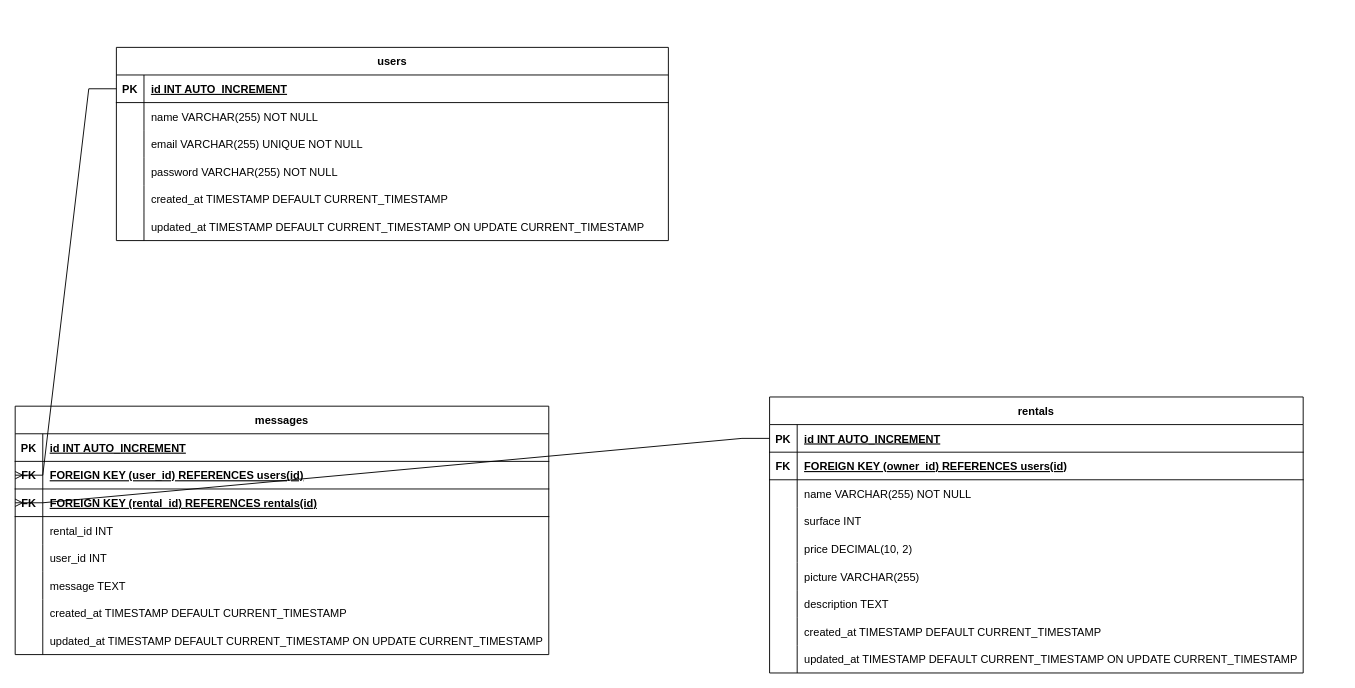
The draw.io diagram P3 table relationships.drawio in LePhenix47/Lahouiti_Younes_P3_05112023, before the edit. Source tidied: cells renumbered, new cells numbered last; positions are measured from the earlier drawing's top-left corner, leaving out a move shared by most shapes. Both pictures are drawn from the tidied source at 92%, with x=0, y=0 at pixel (-362, 47).
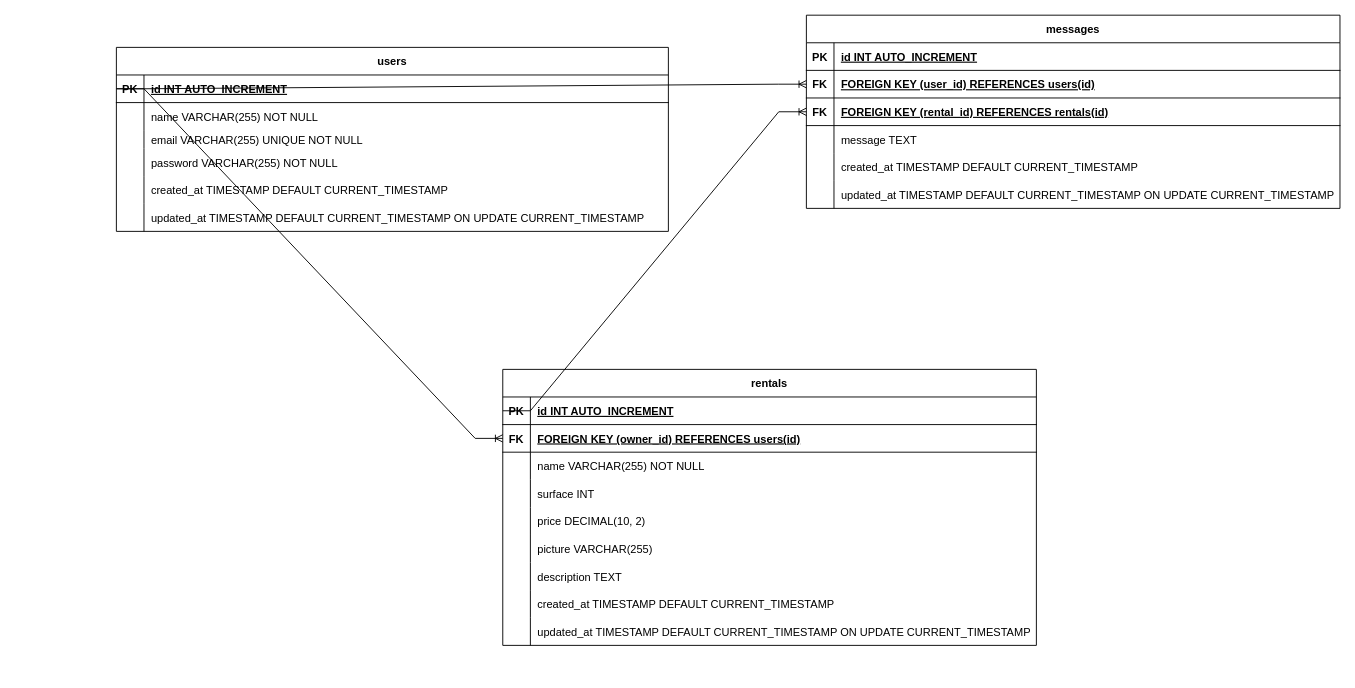
The same diagram, later.

The change refers to these unchanged cells:
```xml
<mxCell id="3" style="shape=tableRow;horizontal=0;startSize=0;swimlaneHead=0;swimlaneBody=0;fillColor=none;points=[[0,0.5],[1,0.5]];portConstraint=eastwest;strokeColor=inherit;top=0;left=0;right=0;bottom=1;" parent="2" vertex="1">
  <mxGeometry y="30" width="600" height="30" as="geometry" />
</mxCell>
<mxCell id="25" style="shape=tableRow;horizontal=0;startSize=0;swimlaneHead=0;swimlaneBody=0;fillColor=none;points=[[0,0.5],[1,0.5]];portConstraint=eastwest;strokeColor=inherit;top=0;left=0;right=0;bottom=1;" parent="21" vertex="1">
  <mxGeometry y="60" width="580" height="30" as="geometry" />
</mxCell>
```

The edit, as a diff of the source:
```diff
@@
     <mxCell id="2" value="users" style="shape=table;startSize=30;childLayout=tableLayout;rowLines=0;fontStyle=1;align=center;" parent="1" vertex="1">
-      <mxGeometry x="520" width="600" height="210" as="geometry" />
+      <mxGeometry x="520" width="600" height="200" as="geometry" />
     </mxCell>
@@
     <mxCell id="9" style="shape=tableRow;horizontal=0;startSize=0;swimlaneHead=0;swimlaneBody=0;fillColor=none;strokeColor=inherit;top=0;left=0;right=0;bottom=0;" parent="2" vertex="1">
-      <mxGeometry y="90" width="600" height="30" as="geometry" />
+      <mxGeometry y="90" width="600" height="20" as="geometry" />
     </mxCell>
     <mxCell id="10" style="shape=partialRectangle;overflow=hidden;fillColor=none;strokeColor=inherit;top=0;left=0;bottom=0;right=0;" parent="9" vertex="1">
-      <mxGeometry width="30" height="30" as="geometry" />
+      <mxGeometry width="30" height="20" as="geometry" />
     </mxCell>
     <mxCell id="11" value="email VARCHAR(255) UNIQUE NOT NULL" style="shape=partialRectangle;overflow=hidden;fillColor=none;align=left;strokeColor=inherit;top=0;left=0;bottom=0;right=0;spacingLeft=6;" parent="9" vertex="1">
-      <mxGeometry x="30" width="570" height="30" as="geometry" />
+      <mxGeometry x="30" width="570" height="20" as="geometry" />
     </mxCell>
     <mxCell id="12" style="shape=tableRow;horizontal=0;startSize=0;swimlaneHead=0;swimlaneBody=0;fillColor=none;strokeColor=inherit;top=0;left=0;right=0;bottom=0;" parent="2" vertex="1">
-      <mxGeometry y="120" width="600" height="30" as="geometry" />
+      <mxGeometry y="110" width="600" height="30" as="geometry" />
     </mxCell>
@@
     <mxCell id="15" style="shape=tableRow;horizontal=0;startSize=0;swimlaneHead=0;swimlaneBody=0;fillColor=none;strokeColor=inherit;top=0;left=0;right=0;bottom=0;" parent="2" vertex="1">
-      <mxGeometry y="150" width="600" height="30" as="geometry" />
+      <mxGeometry y="140" width="600" height="30" as="geometry" />
     </mxCell>
@@
     <mxCell id="18" style="shape=tableRow;horizontal=0;startSize=0;swimlaneHead=0;swimlaneBody=0;fillColor=none;strokeColor=inherit;top=0;left=0;right=0;bottom=0;" parent="2" vertex="1">
-      <mxGeometry y="180" width="600" height="30" as="geometry" />
+      <mxGeometry y="170" width="600" height="30" as="geometry" />
     </mxCell>
@@
     <mxCell id="21" value="rentals" style="shape=table;startSize=30;childLayout=tableLayout;rowLines=0;fontStyle=1;align=center;" parent="1" vertex="1">
-      <mxGeometry x="1230" y="380" width="580" height="300" as="geometry" />
+      <mxGeometry x="940" y="350" width="580" height="300" as="geometry" />
     </mxCell>
@@
     <mxCell id="49" value="messages" style="shape=table;startSize=30;childLayout=tableLayout;rowLines=0;fontStyle=1;align=center;" parent="1" vertex="1">
-      <mxGeometry x="410" y="390" width="580" height="270" as="geometry" />
+      <mxGeometry x="1270" y="-35" width="580" height="210" as="geometry" />
     </mxCell>
@@
-    <mxCell id="53" style="shape=tableRow;horizontal=0;startSize=0;swimlaneHead=0;swimlaneBody=0;fillColor=none;points=[[0,0.5],[1,0.5]];portConstraint=eastwest;strokeColor=inherit;top=0;left=0;right=0;bottom=1;" parent="49" vertex="1">
+    <mxCell id="53" style="shape=tableRow;horizontal=0;startSize=0;swimlaneHead=0;swimlaneBody=0;fillColor=none;points=[[0,0.5],[1,0.5]];portConstraint=eastwest;strokeColor=inherit;top=0;left=0;right=0;bottom=1;swimlaneLine=1;" parent="49" vertex="1">
       <mxGeometry y="60" width="580" height="30" as="geometry" />
     </mxCell>
-    <mxCell id="54" value="FK" style="shape=partialRectangle;overflow=hidden;fillColor=none;strokeColor=inherit;top=0;left=0;bottom=0;right=0;fontStyle=1;" parent="53" vertex="1">
+    <mxCell id="54" value="FK" style="shape=partialRectangle;overflow=hidden;fillColor=none;strokeColor=inherit;top=0;left=0;bottom=0;right=0;fontStyle=1;swimlaneLine=1;" parent="53" vertex="1">
       <mxGeometry width="30" height="30" as="geometry" />
     </mxCell>
-    <mxCell id="55" value="FOREIGN KEY (user_id) REFERENCES users(id)" style="shape=partialRectangle;overflow=hidden;fillColor=none;align=left;strokeColor=inherit;top=0;left=0;bottom=0;right=0;spacingLeft=6;fontStyle=5;" parent="53" vertex="1">
+    <mxCell id="55" value="FOREIGN KEY (user_id) REFERENCES users(id)" style="shape=partialRectangle;overflow=hidden;fillColor=none;align=left;strokeColor=inherit;top=0;left=0;bottom=0;right=0;spacingLeft=6;fontStyle=5;swimlaneLine=1;dashed=1;" parent="53" vertex="1">
       <mxGeometry x="30" width="550" height="30" as="geometry" />
     </mxCell>
-    <mxCell id="56" style="shape=tableRow;horizontal=0;startSize=0;swimlaneHead=0;swimlaneBody=0;fillColor=none;points=[[0,0.5],[1,0.5]];portConstraint=eastwest;strokeColor=inherit;top=0;left=0;right=0;bottom=1;" parent="49" vertex="1">
+    <mxCell id="56" style="shape=tableRow;horizontal=0;startSize=0;swimlaneHead=0;swimlaneBody=0;fillColor=none;points=[[0,0.5],[1,0.5]];portConstraint=eastwest;strokeColor=inherit;top=0;left=0;right=0;bottom=1;swimlaneLine=1;" parent="49" vertex="1">
       <mxGeometry y="90" width="580" height="30" as="geometry" />
     </mxCell>
-    <mxCell id="57" value="FK" style="shape=partialRectangle;overflow=hidden;fillColor=none;strokeColor=inherit;top=0;left=0;bottom=0;right=0;fontStyle=1;" parent="56" vertex="1">
+    <mxCell id="57" value="FK" style="shape=partialRectangle;overflow=hidden;fillColor=none;strokeColor=inherit;top=0;left=0;bottom=0;right=0;fontStyle=1;swimlaneLine=1;" parent="56" vertex="1">
       <mxGeometry width="30" height="30" as="geometry" />
     </mxCell>
-    <mxCell id="58" value="FOREIGN KEY (rental_id) REFERENCES rentals(id)" style="shape=partialRectangle;overflow=hidden;fillColor=none;align=left;strokeColor=inherit;top=0;left=0;bottom=0;right=0;spacingLeft=6;fontStyle=5;" parent="56" vertex="1">
+    <mxCell id="58" value="FOREIGN KEY (rental_id) REFERENCES rentals(id)" style="shape=partialRectangle;overflow=hidden;fillColor=none;align=left;strokeColor=inherit;top=0;left=0;bottom=0;right=0;spacingLeft=6;fontStyle=5;swimlaneLine=1;" parent="56" vertex="1">
       <mxGeometry x="30" width="550" height="30" as="geometry" />
     </mxCell>
-    <mxCell id="59" style="shape=tableRow;horizontal=0;startSize=0;swimlaneHead=0;swimlaneBody=0;fillColor=none;strokeColor=inherit;top=0;left=0;right=0;bottom=0;" parent="49" vertex="1">
-      <mxGeometry y="120" width="580" height="30" as="geometry" />
-    </mxCell>
-    <mxCell id="60" style="shape=partialRectangle;overflow=hidden;fillColor=none;strokeColor=inherit;top=0;left=0;bottom=0;right=0;" parent="59" vertex="1">
-      <mxGeometry width="30" height="30" as="geometry" />
-    </mxCell>
-    <mxCell id="61" value="rental_id INT" style="shape=partialRectangle;overflow=hidden;fillColor=none;align=left;strokeColor=inherit;top=0;left=0;bottom=0;right=0;spacingLeft=6;" parent="59" vertex="1">
-      <mxGeometry x="30" width="550" height="30" as="geometry" />
-    </mxCell>
-    <mxCell id="62" style="shape=tableRow;horizontal=0;startSize=0;swimlaneHead=0;swimlaneBody=0;fillColor=none;strokeColor=inherit;top=0;left=0;right=0;bottom=0;" parent="49" vertex="1">
-      <mxGeometry y="150" width="580" height="30" as="geometry" />
-    </mxCell>
-    <mxCell id="63" style="shape=partialRectangle;overflow=hidden;fillColor=none;strokeColor=inherit;top=0;left=0;bottom=0;right=0;" parent="62" vertex="1">
-      <mxGeometry width="30" height="30" as="geometry" />
-    </mxCell>
-    <mxCell id="64" value="user_id INT" style="shape=partialRectangle;overflow=hidden;fillColor=none;align=left;strokeColor=inherit;top=0;left=0;bottom=0;right=0;spacingLeft=6;" parent="62" vertex="1">
-      <mxGeometry x="30" width="550" height="30" as="geometry" />
-    </mxCell>
     <mxCell id="65" style="shape=tableRow;horizontal=0;startSize=0;swimlaneHead=0;swimlaneBody=0;fillColor=none;strokeColor=inherit;top=0;left=0;right=0;bottom=0;" parent="49" vertex="1">
-      <mxGeometry y="180" width="580" height="30" as="geometry" />
+      <mxGeometry y="120" width="580" height="30" as="geometry" />
     </mxCell>
@@
     <mxCell id="68" style="shape=tableRow;horizontal=0;startSize=0;swimlaneHead=0;swimlaneBody=0;fillColor=none;strokeColor=inherit;top=0;left=0;right=0;bottom=0;" parent="49" vertex="1">
-      <mxGeometry y="210" width="580" height="30" as="geometry" />
+      <mxGeometry y="150" width="580" height="30" as="geometry" />
     </mxCell>
@@
     <mxCell id="71" style="shape=tableRow;horizontal=0;startSize=0;swimlaneHead=0;swimlaneBody=0;fillColor=none;strokeColor=inherit;top=0;left=0;right=0;bottom=0;" parent="49" vertex="1">
-      <mxGeometry y="240" width="580" height="30" as="geometry" />
+      <mxGeometry y="180" width="580" height="30" as="geometry" />
     </mxCell>
@@
+    <mxCell id="76" style="edgeStyle=entityRelationEdgeStyle;fontSize=12;html=1;endArrow=ERoneToMany;rounded=0;entryX=0;entryY=0.5;entryDx=0;entryDy=0;exitX=0;exitY=0.5;exitDx=0;exitDy=0;" parent="1" edge="1" source="3" target="25">
+      <mxGeometry relative="1" as="geometry">
+        <Array as="points">
+          <mxPoint x="-180" y="1045" />
+        </Array>
+      </mxGeometry>
+    </mxCell>
```
